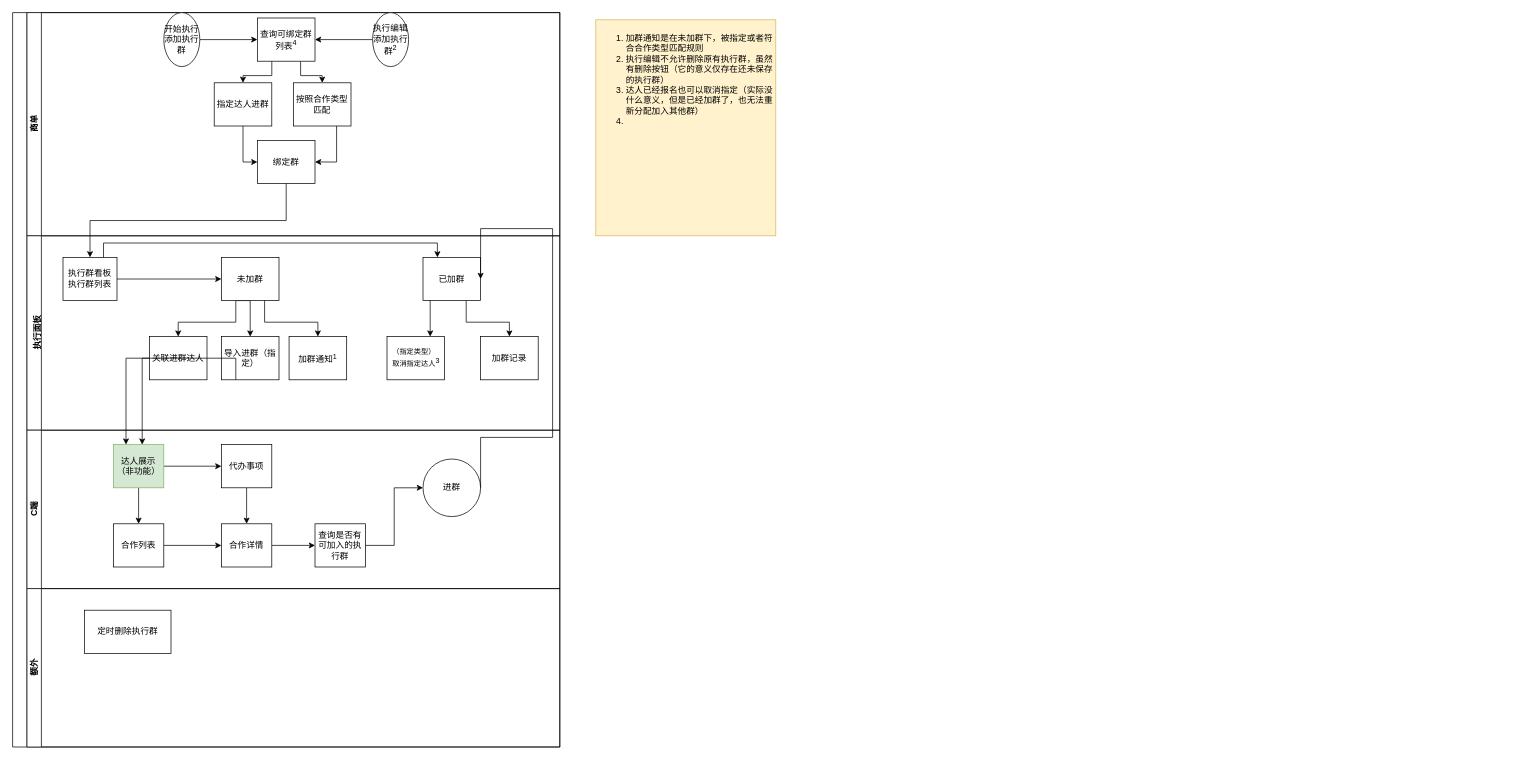
Above: work/未命名绘图.drawio in kaimz/uml (draw.io), before the change. Source tidied: cells renumbered, new cells numbered last; positions are measured from the earlier drawing's top-left corner, leaving out a move shared by most shapes. Both pictures are drawn from the tidied source at 72%, with x=0, y=0 at pixel (12, 12).
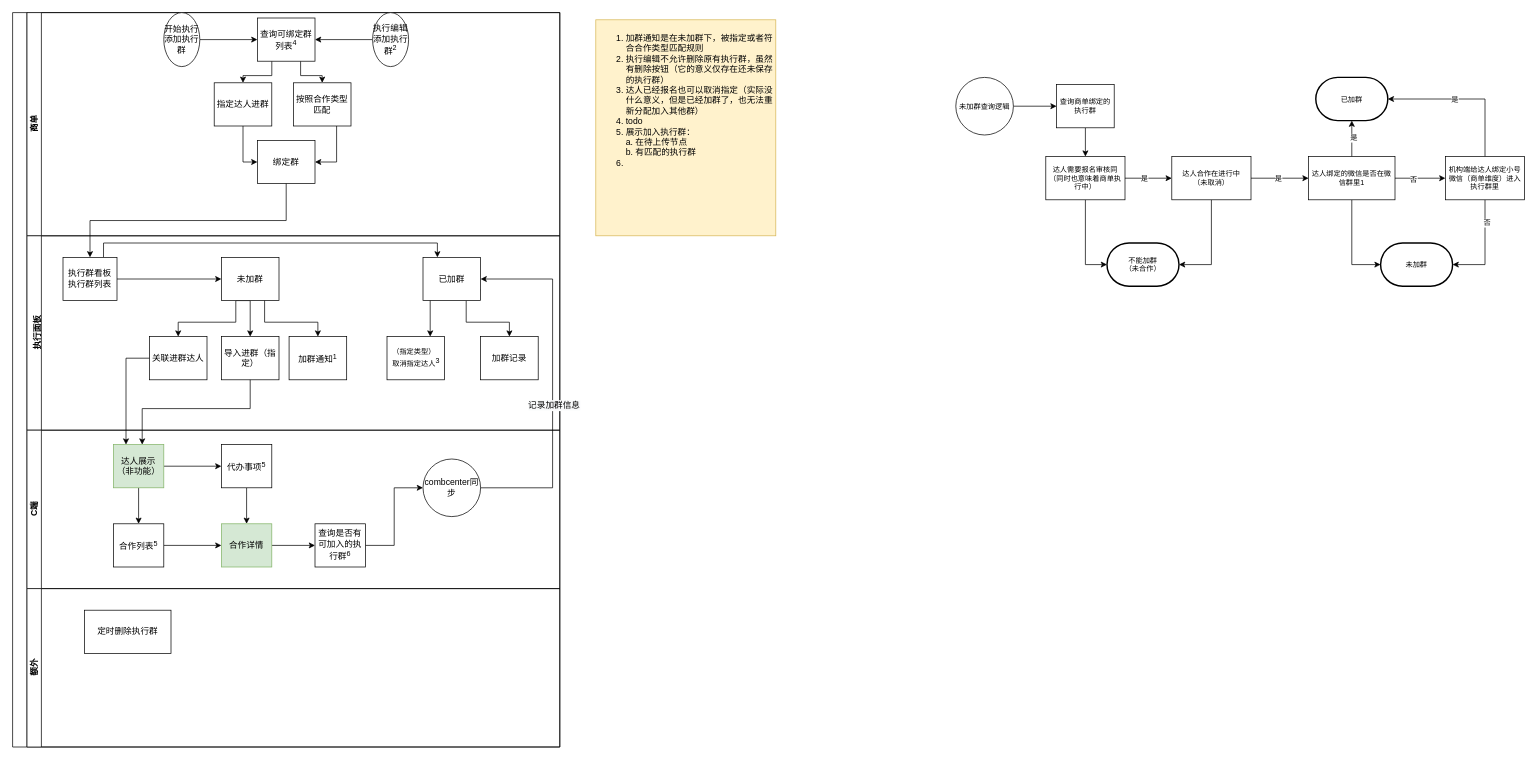
After the change.

Commit message:
更新未命名绘图.drawio

Unchanged cells that the change refers to:
```xml
<mxCell id="2" style="swimlane;html=1;horizontal=0;startSize=20;" parent="1" vertex="1">
  <mxGeometry width="760" height="1020" as="geometry" />
</mxCell>
<mxCell id="22" value="已加群" style="rounded=0;whiteSpace=wrap;html=1;fontFamily=Helvetica;fontSize=12;fontColor=#000000;align=center;" parent="16" vertex="1">
  <mxGeometry x="550" y="30" width="80" height="60" as="geometry" />
</mxCell>
<mxCell id="30" value="导入进群（指定）" style="rounded=0;whiteSpace=wrap;html=1;fontFamily=Helvetica;fontSize=12;fontColor=#000000;align=center;" parent="16" vertex="1">
  <mxGeometry x="270" y="140" width="80" height="60" as="geometry" />
</mxCell>
<mxCell id="37" value="达人展示（非功能）" style="rounded=0;whiteSpace=wrap;html=1;fontFamily=Helvetica;fontSize=12;align=center;fillColor=#d5e8d4;strokeColor=#82b366;" parent="34" vertex="1">
  <mxGeometry x="120" y="20" width="70" height="60" as="geometry" />
</mxCell>
```

What changed in the source:
```diff
@@
-    <mxCell id="32" style="edgeStyle=orthogonalEdgeStyle;rounded=0;jettySize=auto;html=1;exitX=0.25;exitY=1;exitDx=0;exitDy=0;" parent="2" edge="1" source="30" target="37">
+    <mxCell id="32" style="edgeStyle=orthogonalEdgeStyle;rounded=0;jettySize=auto;html=1;" parent="2" edge="1" target="37">
       <mxGeometry relative="1" as="geometry">
+        <mxPoint x="330" y="510" as="sourcePoint" />
         <Array as="points">
-          <mxPoint x="310" y="480" />
-          <mxPoint x="180" y="480" />
+          <mxPoint x="330" y="510" />
+          <mxPoint x="330" y="550" />
+          <mxPoint x="180" y="550" />
         </Array>
       </mxGeometry>
     </mxCell>
@@
-    <mxCell id="34" value="C端" style="swimlane;html=1;startSize=20;horizontal=0;" parent="2" vertex="1">
+    <mxCell id="34" value="C端" style="swimlane;html=1;startSize=20;horizontal=0;sketch=0;" parent="2" vertex="1">
       <mxGeometry x="20" y="580" width="740" height="220" as="geometry" />
     </mxCell>
@@
-    <mxCell id="39" value="代办事项" style="rounded=0;whiteSpace=wrap;html=1;fontFamily=Helvetica;fontSize=12;fontColor=#000000;align=center;" parent="34" vertex="1">
+    <mxCell id="39" value="代办事项&lt;sup&gt;5&lt;/sup&gt;" style="rounded=0;whiteSpace=wrap;html=1;fontFamily=Helvetica;fontSize=12;fontColor=#000000;align=center;" parent="34" vertex="1">
       <mxGeometry x="270" y="20" width="70" height="60" as="geometry" />
     </mxCell>
@@
-    <mxCell id="41" value="合作列表" style="rounded=0;whiteSpace=wrap;html=1;fontFamily=Helvetica;fontSize=12;fontColor=#000000;align=center;" parent="34" vertex="1">
+    <mxCell id="41" value="合作列表&lt;sup&gt;5&lt;/sup&gt;" style="rounded=0;whiteSpace=wrap;html=1;fontFamily=Helvetica;fontSize=12;fontColor=#000000;align=center;" parent="34" vertex="1">
       <mxGeometry x="120" y="130" width="70" height="60" as="geometry" />
     </mxCell>
@@
-    <mxCell id="43" value="合作详情" style="rounded=0;whiteSpace=wrap;html=1;fontFamily=Helvetica;fontSize=12;fontColor=#000000;align=center;" parent="34" vertex="1">
+    <mxCell id="43" value="合作详情" style="rounded=0;whiteSpace=wrap;html=1;fontFamily=Helvetica;fontSize=12;align=center;fillColor=#d5e8d4;strokeColor=#82b366;" parent="34" vertex="1">
       <mxGeometry x="270" y="130" width="70" height="60" as="geometry" />
     </mxCell>
@@
-    <mxCell id="45" value="查询是否有可加入的执行群" style="rounded=0;whiteSpace=wrap;html=1;fontFamily=Helvetica;fontSize=12;fontColor=#000000;align=center;" parent="34" vertex="1">
+    <mxCell id="45" value="查询是否有可加入的执行群&lt;sup&gt;6&lt;/sup&gt;" style="rounded=0;whiteSpace=wrap;html=1;fontFamily=Helvetica;fontSize=12;fontColor=#000000;align=center;" parent="34" vertex="1">
       <mxGeometry x="400" y="130" width="70" height="60" as="geometry" />
     </mxCell>
-    <mxCell id="46" value="进群" style="ellipse;whiteSpace=wrap;html=1;" parent="34" vertex="1">
+    <mxCell id="46" value="&lt;span style=&quot;font-variant-ligatures: no-common-ligatures;&quot;&gt;combcenter同步&lt;/span&gt;" style="ellipse;whiteSpace=wrap;html=1;" parent="34" vertex="1">
       <mxGeometry x="550" y="40" width="80" height="80" as="geometry" />
     </mxCell>
@@
     <mxCell id="49" style="edgeStyle=orthogonalEdgeStyle;rounded=0;jettySize=auto;html=1;exitX=1;exitY=0.5;exitDx=0;exitDy=0;entryX=1;entryY=0.5;entryDx=0;entryDy=0;" parent="2" edge="1" source="46" target="22">
       <mxGeometry relative="1" as="geometry">
         <Array as="points">
-          <mxPoint x="750" y="590" />
-          <mxPoint x="750" y="300" />
+          <mxPoint x="750" y="660" />
+          <mxPoint x="750" y="370" />
         </Array>
       </mxGeometry>
     </mxCell>
+    <mxCell id="52" value="&lt;span style=&quot;font-size: 12px; font-variant-ligatures: no-common-ligatures; background-color: rgb(248, 249, 250);&quot;&gt;记录加群信息&lt;/span&gt;" style="edgeLabel;html=1;align=center;verticalAlign=middle;fontSize=10;" parent="49" vertex="1">
+      <mxGeometry x="-0.12" relative="1" as="geometry">
+        <mxPoint x="1" y="1" as="offset" />
+      </mxGeometry>
+    </mxCell>
@@
-    <mxCell id="51" value="&lt;ol&gt;&lt;li&gt;加群通知是在未加群下，被指定或者符合合作类型匹配规则&lt;/li&gt;&lt;li&gt;执行编辑不允许删除原有执行群，虽然有删除按钮（它的意义仅存在还未保存的执行群）&lt;/li&gt;&lt;li&gt;达人已经报名也可以取消指定（实际没什么意义，但是已经加群了，也无法重新分配加入其他群）&lt;/li&gt;&lt;li&gt;&lt;br&gt;&lt;/li&gt;&lt;/ol&gt;" style="rounded=0;whiteSpace=wrap;html=1;fillColor=#fff2cc;strokeColor=#d6b656;align=left;verticalAlign=top;" parent="1" vertex="1">
+    <mxCell id="51" value="&lt;ol&gt;&lt;li&gt;加群通知是在未加群下，被指定或者符合合作类型匹配规则&lt;/li&gt;&lt;li&gt;执行编辑不允许删除原有执行群，虽然有删除按钮（它的意义仅存在还未保存的执行群）&lt;/li&gt;&lt;li&gt;达人已经报名也可以取消指定（实际没什么意义，但是已经加群了，也无法重新分配加入其他群）&lt;/li&gt;&lt;li&gt;todo&lt;/li&gt;&lt;li&gt;展示加入执行群：&lt;br&gt;a. 在待上传节点&lt;br&gt;b. 有匹配的执行群&lt;/li&gt;&lt;li&gt;&lt;br&gt;&lt;/li&gt;&lt;/ol&gt;" style="rounded=0;whiteSpace=wrap;html=1;fillColor=#fff2cc;strokeColor=#d6b656;align=left;verticalAlign=top;" parent="1" vertex="1">
       <mxGeometry x="810" y="10" width="250" height="300" as="geometry" />
     </mxCell>
+    <mxCell id="53" style="edgeStyle=orthogonalEdgeStyle;rounded=0;jettySize=auto;html=1;fontSize=10;" parent="1" edge="1" source="54" target="56">
+      <mxGeometry relative="1" as="geometry" />
+    </mxCell>
+    <mxCell id="54" value="未加群查询逻辑" style="ellipse;whiteSpace=wrap;html=1;sketch=0;fontSize=10;" parent="1" vertex="1">
+      <mxGeometry x="1310" y="90" width="80" height="80" as="geometry" />
+    </mxCell>
+    <mxCell id="55" style="edgeStyle=orthogonalEdgeStyle;rounded=0;jettySize=auto;html=1;fontSize=10;" parent="1" edge="1" source="56" target="64">
+      <mxGeometry relative="1" as="geometry" />
+    </mxCell>
+    <mxCell id="56" value="查询商单绑定的执行群" style="whiteSpace=wrap;html=1;fontSize=10;sketch=0;" parent="1" vertex="1">
+      <mxGeometry x="1450" y="100" width="80" height="60" as="geometry" />
+    </mxCell>
+    <mxCell id="57" style="edgeStyle=orthogonalEdgeStyle;rounded=0;jettySize=auto;html=1;fontSize=10;" parent="1" edge="1" source="60">
+      <mxGeometry relative="1" as="geometry">
+        <mxPoint x="1800" y="230" as="targetPoint" />
+      </mxGeometry>
+    </mxCell>
+    <mxCell id="58" value="是" style="edgeLabel;html=1;align=center;verticalAlign=middle;fontSize=10;" parent="57" vertex="1">
+      <mxGeometry x="-0.09" relative="1" as="geometry" />
+    </mxCell>
+    <mxCell id="59" style="edgeStyle=orthogonalEdgeStyle;rounded=0;jettySize=auto;html=1;exitX=0.5;exitY=1;exitDx=0;exitDy=0;entryX=1;entryY=0.5;entryDx=0;entryDy=0;entryPerimeter=0;fontSize=10;" parent="1" edge="1" source="60" target="78">
+      <mxGeometry relative="1" as="geometry" />
+    </mxCell>
+    <mxCell id="60" value="达人合作在进行中&lt;br&gt;（未取消）" style="whiteSpace=wrap;html=1;fontSize=10;sketch=0;" parent="1" vertex="1">
+      <mxGeometry x="1610" y="200" width="110" height="60" as="geometry" />
+    </mxCell>
+    <mxCell id="61" style="edgeStyle=orthogonalEdgeStyle;rounded=0;jettySize=auto;html=1;exitX=1;exitY=0.5;exitDx=0;exitDy=0;fontSize=10;" parent="1" edge="1" source="64" target="60">
+      <mxGeometry relative="1" as="geometry" />
+    </mxCell>
+    <mxCell id="62" value="是" style="edgeLabel;html=1;align=center;verticalAlign=middle;fontSize=10;" parent="61" vertex="1">
+      <mxGeometry x="-0.22" y="1" relative="1" as="geometry">
+        <mxPoint x="1" as="offset" />
+      </mxGeometry>
+    </mxCell>
+    <mxCell id="63" style="edgeStyle=orthogonalEdgeStyle;rounded=0;jettySize=auto;html=1;exitX=0.5;exitY=1;exitDx=0;exitDy=0;entryX=0;entryY=0.5;entryDx=0;entryDy=0;entryPerimeter=0;fontSize=10;" parent="1" edge="1" source="64" target="78">
+      <mxGeometry relative="1" as="geometry" />
+    </mxCell>
+    <mxCell id="64" value="达人需要报名审核同&lt;br&gt;（同时也意味着商单执行中）" style="whiteSpace=wrap;html=1;fontSize=10;sketch=0;" parent="1" vertex="1">
+      <mxGeometry x="1435" y="200" width="110" height="60" as="geometry" />
+    </mxCell>
+    <mxCell id="65" style="edgeStyle=orthogonalEdgeStyle;rounded=0;jettySize=auto;html=1;fontSize=10;exitX=1;exitY=0.5;exitDx=0;exitDy=0;" parent="1" edge="1" source="77" target="71">
+      <mxGeometry relative="1" as="geometry" />
+    </mxCell>
+    <mxCell id="66" value="否" style="edgeLabel;html=1;align=center;verticalAlign=middle;fontSize=10;" parent="65" vertex="1">
+      <mxGeometry x="-0.28" y="-1" relative="1" as="geometry" />
+    </mxCell>
+    <mxCell id="67" style="edgeStyle=orthogonalEdgeStyle;rounded=0;jettySize=auto;html=1;exitX=0.5;exitY=1;exitDx=0;exitDy=0;entryX=1;entryY=0.5;entryDx=0;entryDy=0;entryPerimeter=0;fontSize=10;" parent="1" edge="1" source="71" target="73">
+      <mxGeometry relative="1" as="geometry" />
+    </mxCell>
+    <mxCell id="68" value="否" style="edgeLabel;html=1;align=center;verticalAlign=middle;fontSize=10;" parent="67" vertex="1">
+      <mxGeometry x="-0.56" y="2" relative="1" as="geometry">
+        <mxPoint y="1" as="offset" />
+      </mxGeometry>
+    </mxCell>
+    <mxCell id="69" style="edgeStyle=orthogonalEdgeStyle;rounded=0;jettySize=auto;html=1;exitX=0.5;exitY=0;exitDx=0;exitDy=0;entryX=1;entryY=0.5;entryDx=0;entryDy=0;entryPerimeter=0;fontSize=10;" parent="1" edge="1" source="71" target="72">
+      <mxGeometry relative="1" as="geometry" />
+    </mxCell>
+    <mxCell id="70" value="是" style="edgeLabel;html=1;align=center;verticalAlign=middle;fontSize=10;" parent="69" vertex="1">
+      <mxGeometry x="0.14" y="-1" relative="1" as="geometry" />
+    </mxCell>
+    <mxCell id="71" value="机构端给达人绑定小号微信（商单维度）进入执行群里" style="whiteSpace=wrap;html=1;fontSize=10;sketch=0;" parent="1" vertex="1">
+      <mxGeometry x="1990" y="200" width="110" height="60" as="geometry" />
+    </mxCell>
+    <mxCell id="72" value="已加群" style="strokeWidth=2;html=1;shape=mxgraph.flowchart.terminator;whiteSpace=wrap;sketch=0;fontSize=10;" parent="1" vertex="1">
+      <mxGeometry x="1810" y="90" width="100" height="60" as="geometry" />
+    </mxCell>
+    <mxCell id="73" value="未加群" style="strokeWidth=2;html=1;shape=mxgraph.flowchart.terminator;whiteSpace=wrap;sketch=0;fontSize=10;" parent="1" vertex="1">
+      <mxGeometry x="1900" y="320" width="100" height="60" as="geometry" />
+    </mxCell>
+    <mxCell id="74" style="edgeStyle=orthogonalEdgeStyle;rounded=0;jettySize=auto;html=1;exitX=0.5;exitY=0;exitDx=0;exitDy=0;fontSize=10;" parent="1" edge="1" source="77" target="72">
+      <mxGeometry relative="1" as="geometry" />
+    </mxCell>
+    <mxCell id="75" value="是" style="edgeLabel;html=1;align=center;verticalAlign=middle;fontSize=10;" parent="74" vertex="1">
+      <mxGeometry x="0.1" y="-1" relative="1" as="geometry">
+        <mxPoint x="1" y="1" as="offset" />
+      </mxGeometry>
+    </mxCell>
+    <mxCell id="76" style="edgeStyle=orthogonalEdgeStyle;rounded=0;jettySize=auto;html=1;exitX=0.5;exitY=1;exitDx=0;exitDy=0;entryX=0;entryY=0.5;entryDx=0;entryDy=0;entryPerimeter=0;fontSize=10;" parent="1" edge="1" source="77" target="73">
+      <mxGeometry relative="1" as="geometry" />
+    </mxCell>
+    <mxCell id="77" value="&lt;span style=&quot;font-size: 10px;&quot;&gt;达人绑定的微信是否在微信群里1&lt;/span&gt;" style="whiteSpace=wrap;html=1;fontSize=10;sketch=0;" parent="1" vertex="1">
+      <mxGeometry x="1800" y="200" width="120" height="60" as="geometry" />
+    </mxCell>
+    <mxCell id="78" value="不能加群&lt;br&gt;（未合作）" style="strokeWidth=2;html=1;shape=mxgraph.flowchart.terminator;whiteSpace=wrap;sketch=0;fontSize=10;" parent="1" vertex="1">
+      <mxGeometry x="1520" y="320" width="100" height="60" as="geometry" />
+    </mxCell>
```
